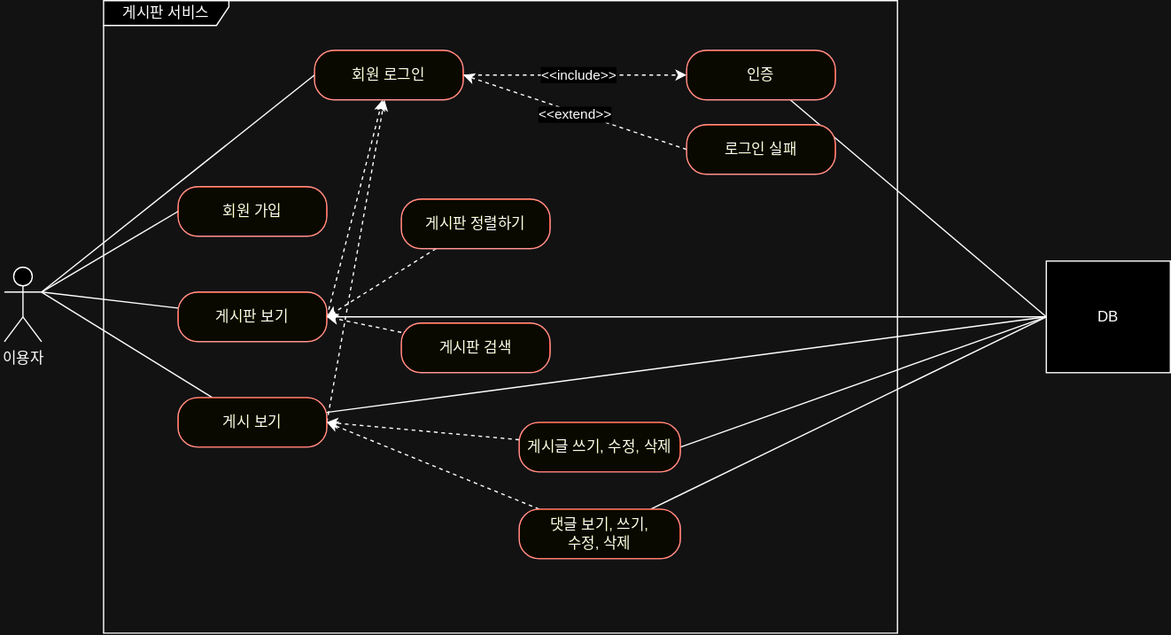
Earlier version of the draw.io export document/usecase.drawio.svg (seongjin-an/project-board). Source tidied: cells renumbered, new cells last; positions are measured from the earlier drawing's top-left corner, leaving out a move shared by most shapes.
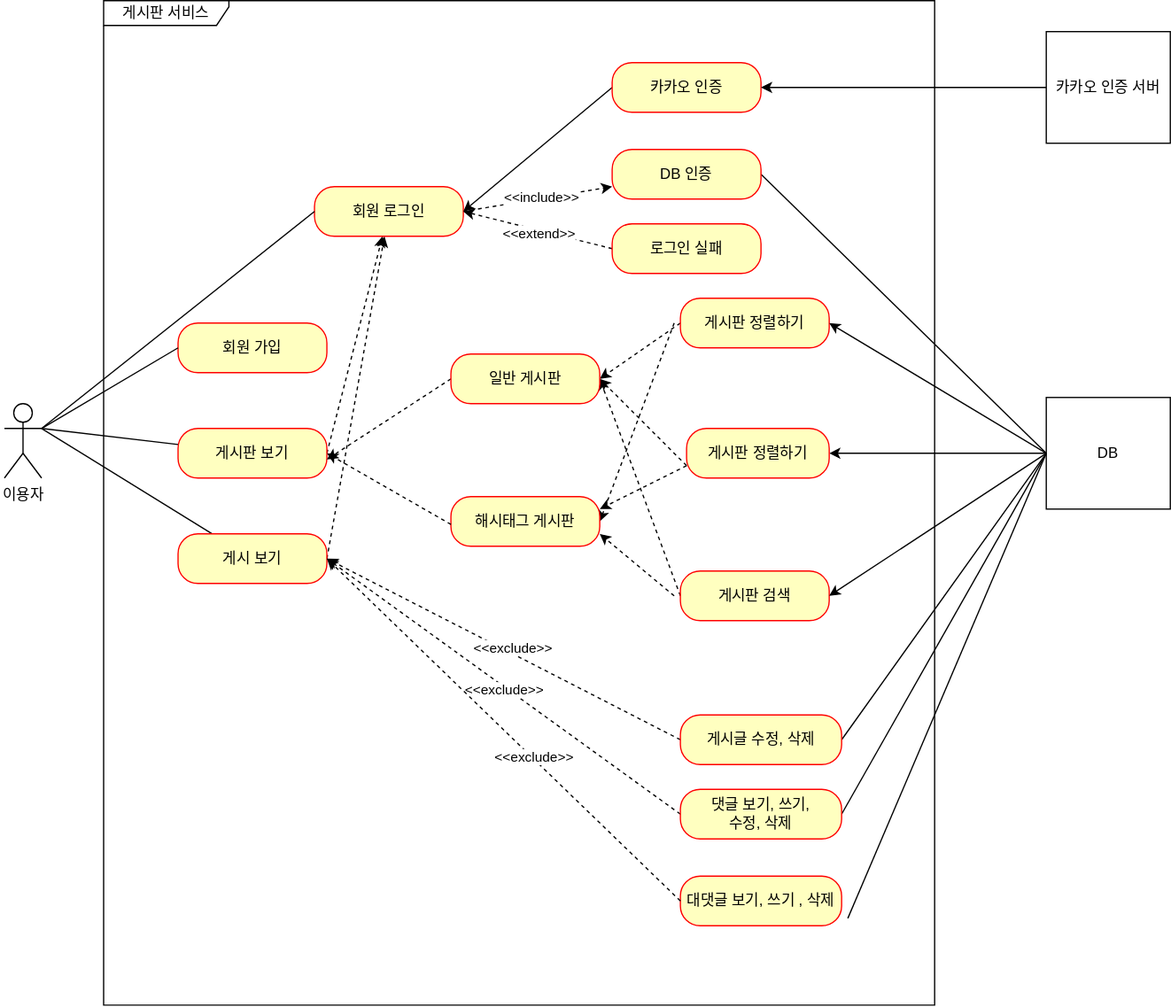
After the change.

Diff of the diagram source:
```diff
@@ -6,7 +6,7 @@
       <mxGeometry y="215" width="30" height="60" as="geometry" />
     </mxCell>
     <mxCell id="3" value="게시판 서비스" style="shape=umlFrame;whiteSpace=wrap;html=1;width=101;height=20;" parent="1" vertex="1">
-      <mxGeometry x="80" width="640" height="510" as="geometry" />
+      <mxGeometry x="80" y="-110" width="670" height="810" as="geometry" />
     </mxCell>
     <mxCell id="4" value="회원 가입" style="rounded=1;whiteSpace=wrap;html=1;arcSize=40;fontColor=#000000;fillColor=#ffffc0;strokeColor=#ff0000;" parent="1" vertex="1">
       <mxGeometry x="140" y="150" width="120" height="40" as="geometry" />
@@ -14,9 +14,6 @@
     <mxCell id="5" style="rounded=0;jettySize=auto;html=1;exitX=1;exitY=0.5;exitDx=0;exitDy=0;dashed=1;endArrow=classic;endFill=1;" parent="1" edge="1" source="7" target="14">
       <mxGeometry relative="1" as="geometry" />
     </mxCell>
-    <mxCell id="6" style="rounded=0;jettySize=auto;html=1;entryX=0;entryY=0.5;entryDx=0;entryDy=0;endArrow=none;endFill=0;" parent="1" edge="1" source="7" target="33">
-      <mxGeometry relative="1" as="geometry" />
-    </mxCell>
     <mxCell id="7" value="게시판 보기" style="rounded=1;whiteSpace=wrap;html=1;arcSize=40;fontColor=#000000;fillColor=#ffffc0;strokeColor=#ff0000;" parent="1" vertex="1">
       <mxGeometry x="140" y="235" width="120" height="40" as="geometry" />
     </mxCell>
@@ -26,9 +23,6 @@
     <mxCell id="9" style="rounded=0;jettySize=auto;html=1;exitX=1;exitY=0.5;exitDx=0;exitDy=0;endArrow=classic;endFill=1;dashed=1;" parent="1" edge="1" source="11" target="14">
       <mxGeometry relative="1" as="geometry" />
     </mxCell>
-    <mxCell id="10" style="rounded=0;jettySize=auto;html=1;entryX=0;entryY=0.5;entryDx=0;entryDy=0;endArrow=none;endFill=0;" parent="1" edge="1" source="11" target="33">
-      <mxGeometry relative="1" as="geometry" />
-    </mxCell>
     <mxCell id="11" value="게시 보기" style="rounded=1;whiteSpace=wrap;html=1;arcSize=40;fontColor=#000000;fillColor=#ffffc0;strokeColor=#ff0000;" parent="1" vertex="1">
       <mxGeometry x="140" y="320" width="120" height="40" as="geometry" />
     </mxCell>
@@ -41,11 +35,11 @@
     <mxCell id="14" value="회원 로그인" style="rounded=1;whiteSpace=wrap;html=1;arcSize=40;fontColor=#000000;fillColor=#ffffc0;strokeColor=#ff0000;" parent="1" vertex="1">
       <mxGeometry x="250" y="40" width="120" height="40" as="geometry" />
     </mxCell>
-    <mxCell id="15" style="rounded=0;jettySize=auto;html=1;entryX=0;entryY=0.5;entryDx=0;entryDy=0;endArrow=none;endFill=0;" parent="1" edge="1" source="16" target="33">
+    <mxCell id="15" style="rounded=0;jettySize=auto;html=1;entryX=0;entryY=0.5;entryDx=0;entryDy=0;endArrow=none;endFill=0;exitX=1;exitY=0.5;exitDx=0;exitDy=0;" parent="1" edge="1" source="16" target="33">
       <mxGeometry relative="1" as="geometry" />
     </mxCell>
-    <mxCell id="16" value="인증" style="rounded=1;whiteSpace=wrap;html=1;arcSize=40;fontColor=#000000;fillColor=#ffffc0;strokeColor=#ff0000;" parent="1" vertex="1">
-      <mxGeometry x="550" y="40" width="120" height="40" as="geometry" />
+    <mxCell id="16" value="DB 인증" style="rounded=1;whiteSpace=wrap;html=1;arcSize=40;fontColor=#000000;fillColor=#ffffc0;strokeColor=#ff0000;" parent="1" vertex="1">
+      <mxGeometry x="490" y="10" width="120" height="40" as="geometry" />
     </mxCell>
     <mxCell id="17" style="rounded=0;jettySize=auto;html=1;entryX=1;entryY=0.5;entryDx=0;entryDy=0;endArrow=classic;endFill=1;exitX=0;exitY=0.5;exitDx=0;exitDy=0;dashed=1;" parent="1" edge="1" source="19" target="14">
       <mxGeometry relative="1" as="geometry" />
@@ -54,37 +48,55 @@
       <mxGeometry y="2" relative="1" as="geometry" />
     </mxCell>
     <mxCell id="19" value="로그인 실패" style="rounded=1;whiteSpace=wrap;html=1;arcSize=40;fontColor=#000000;fillColor=#ffffc0;strokeColor=#ff0000;" parent="1" vertex="1">
-      <mxGeometry x="550" y="100" width="120" height="40" as="geometry" />
+      <mxGeometry x="490" y="70" width="120" height="40" as="geometry" />
     </mxCell>
-    <mxCell id="20" style="rounded=0;jettySize=auto;html=1;entryX=1;entryY=0.5;entryDx=0;entryDy=0;dashed=1;" parent="1" edge="1" source="21" target="7">
-      <mxGeometry relative="1" as="geometry" />
-    </mxCell>
+    <mxCell id="34" style="rounded=0;jettySize=auto;html=1;entryX=1;entryY=0.5;entryDx=0;entryDy=0;dashed=1;exitX=0;exitY=0.5;exitDx=0;exitDy=0;" parent="1" edge="1" source="21" target="51">
+      <mxGeometry relative="1" as="geometry" />
+    </mxCell>
+    <mxCell id="35" style="rounded=0;jettySize=auto;html=1;entryX=1;entryY=0.5;entryDx=0;entryDy=0;dashed=1;" parent="1" edge="1" target="52">
+      <mxGeometry relative="1" as="geometry">
+        <mxPoint x="540" y="150" as="sourcePoint" />
+      </mxGeometry>
+    </mxCell>
     <mxCell id="21" value="게시판 정렬하기" style="rounded=1;whiteSpace=wrap;html=1;arcSize=40;fontColor=#000000;fillColor=#ffffc0;strokeColor=#ff0000;" parent="1" vertex="1">
-      <mxGeometry x="320" y="160" width="120" height="40" as="geometry" />
+      <mxGeometry x="545" y="130" width="120" height="40" as="geometry" />
     </mxCell>
-    <mxCell id="22" style="rounded=0;jettySize=auto;html=1;entryX=1;entryY=0.5;entryDx=0;entryDy=0;dashed=1;" parent="1" edge="1" source="23" target="7">
-      <mxGeometry relative="1" as="geometry" />
-    </mxCell>
+    <mxCell id="36" style="rounded=0;jettySize=auto;html=1;entryX=1;entryY=0.5;entryDx=0;entryDy=0;dashed=1;exitX=0;exitY=0.5;exitDx=0;exitDy=0;" parent="1" edge="1" source="23" target="51">
+      <mxGeometry relative="1" as="geometry" />
+    </mxCell>
+    <mxCell id="37" style="rounded=0;jettySize=auto;html=1;entryX=1;entryY=0.75;entryDx=0;entryDy=0;dashed=1;" parent="1" edge="1" target="52">
+      <mxGeometry relative="1" as="geometry">
+        <mxPoint x="540" y="370" as="sourcePoint" />
+      </mxGeometry>
+    </mxCell>
     <mxCell id="23" value="게시판 검색" style="rounded=1;whiteSpace=wrap;html=1;arcSize=40;fontColor=#000000;fillColor=#ffffc0;strokeColor=#ff0000;" parent="1" vertex="1">
-      <mxGeometry x="320" y="260" width="120" height="40" as="geometry" />
+      <mxGeometry x="545" y="350" width="120" height="40" as="geometry" />
     </mxCell>
-    <mxCell id="24" style="rounded=0;jettySize=auto;html=1;entryX=1;entryY=0.5;entryDx=0;entryDy=0;dashed=1;" parent="1" edge="1" source="26" target="11">
+    <mxCell id="24" style="rounded=0;jettySize=auto;html=1;entryX=1;entryY=0.5;entryDx=0;entryDy=0;dashed=1;exitX=0;exitY=0.5;exitDx=0;exitDy=0;" parent="1" edge="1" source="26" target="11">
       <mxGeometry relative="1" as="geometry" />
     </mxCell>
+    <mxCell id="38" value="&amp;lt;&amp;lt;exclude&amp;gt;&amp;gt;" style="edgeLabel;html=1;align=center;verticalAlign=middle;" parent="24" vertex="1">
+      <mxGeometry x="-0.04" y="-5" relative="1" as="geometry">
+        <mxPoint x="-1" as="offset" />
+      </mxGeometry>
+    </mxCell>
     <mxCell id="25" style="rounded=0;jettySize=auto;html=1;entryX=0;entryY=0.5;entryDx=0;entryDy=0;endArrow=none;endFill=0;exitX=1;exitY=0.5;exitDx=0;exitDy=0;" parent="1" edge="1" source="26" target="33">
       <mxGeometry relative="1" as="geometry" />
     </mxCell>
-    <mxCell id="26" value="게시글 쓰기, 수정, 삭제" style="rounded=1;whiteSpace=wrap;html=1;arcSize=40;fontColor=#000000;fillColor=#ffffc0;strokeColor=#ff0000;" parent="1" vertex="1">
-      <mxGeometry x="415" y="340" width="130" height="40" as="geometry" />
+    <mxCell id="26" value="게시글&amp;nbsp;수정, 삭제" style="rounded=1;whiteSpace=wrap;html=1;arcSize=40;fontColor=#000000;fillColor=#ffffc0;strokeColor=#ff0000;" parent="1" vertex="1">
+      <mxGeometry x="545" y="466" width="130" height="40" as="geometry" />
     </mxCell>
-    <mxCell id="27" style="rounded=0;jettySize=auto;html=1;entryX=1;entryY=0.5;entryDx=0;entryDy=0;dashed=1;" parent="1" edge="1" source="29" target="11">
+    <mxCell id="27" style="rounded=0;jettySize=auto;html=1;entryX=1;entryY=0.5;entryDx=0;entryDy=0;dashed=1;exitX=0;exitY=0.5;exitDx=0;exitDy=0;" parent="1" edge="1" source="29" target="11">
       <mxGeometry relative="1" as="geometry" />
     </mxCell>
+    <mxCell id="39" value="&amp;lt;&amp;lt;exclude&amp;gt;&amp;gt;" style="edgeLabel;html=1;align=center;verticalAlign=middle;" parent="27" vertex="1">
+      <mxGeometry x="-0.01" y="2" relative="1" as="geometry" />
+    </mxCell>
-    <mxCell id="28" style="rounded=0;jettySize=auto;html=1;entryX=0;entryY=0.5;entryDx=0;entryDy=0;endArrow=none;endFill=0;" parent="1" edge="1" source="29" target="33">
+    <mxCell id="28" style="rounded=0;jettySize=auto;html=1;entryX=0;entryY=0.5;entryDx=0;entryDy=0;endArrow=none;endFill=0;exitX=1;exitY=0.5;exitDx=0;exitDy=0;" parent="1" edge="1" source="29" target="33">
       <mxGeometry relative="1" as="geometry" />
     </mxCell>
     <mxCell id="29" value="댓글 보기, 쓰기, &lt;br&gt;수정, 삭제" style="rounded=1;whiteSpace=wrap;html=1;arcSize=40;fontColor=#000000;fillColor=#ffffc0;strokeColor=#ff0000;" parent="1" vertex="1">
-      <mxGeometry x="415" y="410" width="130" height="40" as="geometry" />
+      <mxGeometry x="545" y="526" width="130" height="40" as="geometry" />
     </mxCell>
     <mxCell id="30" style="rounded=0;jettySize=auto;html=1;entryX=1;entryY=0.3333333333333333;entryDx=0;entryDy=0;entryPerimeter=0;endArrow=none;endFill=0;exitX=0;exitY=0.5;exitDx=0;exitDy=0;" parent="1" edge="1" source="4" target="2">
       <mxGeometry relative="1" as="geometry" />
@@ -95,8 +107,71 @@
     <mxCell id="32" style="rounded=0;jettySize=auto;html=1;entryX=1;entryY=0.3333333333333333;entryDx=0;entryDy=0;entryPerimeter=0;endArrow=none;endFill=0;" parent="1" edge="1" source="7" target="2">
       <mxGeometry relative="1" as="geometry" />
     </mxCell>
+    <mxCell id="40" style="rounded=0;jettySize=auto;html=1;entryX=1;entryY=0.5;entryDx=0;entryDy=0;exitX=0;exitY=0.5;exitDx=0;exitDy=0;" parent="1" edge="1" source="33" target="21">
+      <mxGeometry relative="1" as="geometry" />
+    </mxCell>
+    <mxCell id="41" style="edgeStyle=orthogonalEdgeStyle;rounded=0;jettySize=auto;html=1;entryX=1;entryY=0.5;entryDx=0;entryDy=0;" parent="1" edge="1" source="33" target="49">
+      <mxGeometry relative="1" as="geometry" />
+    </mxCell>
+    <mxCell id="42" style="rounded=0;jettySize=auto;html=1;entryX=1;entryY=0.5;entryDx=0;entryDy=0;exitX=0;exitY=0.5;exitDx=0;exitDy=0;" parent="1" edge="1" source="33" target="23">
+      <mxGeometry relative="1" as="geometry" />
+    </mxCell>
     <mxCell id="33" value="DB" style="html=1;whiteSpace=wrap;" parent="1" vertex="1">
       <mxGeometry x="840" y="210" width="100" height="90" as="geometry" />
     </mxCell>
+    <mxCell id="43" value="대댓글 보기, 쓰기 , 삭제" style="rounded=1;whiteSpace=wrap;html=1;arcSize=40;fontColor=#000000;fillColor=#ffffc0;strokeColor=#ff0000;" parent="1" vertex="1">
+      <mxGeometry x="545" y="596" width="130" height="40" as="geometry" />
+    </mxCell>
+    <mxCell id="44" style="rounded=0;jettySize=auto;html=1;entryX=1;entryY=0.5;entryDx=0;entryDy=0;dashed=1;exitX=0;exitY=0.5;exitDx=0;exitDy=0;" parent="1" edge="1" source="43" target="11">
+      <mxGeometry relative="1" as="geometry" />
+    </mxCell>
+    <mxCell id="45" value="&amp;lt;&amp;lt;exclude&amp;gt;&amp;gt;" style="edgeLabel;html=1;align=center;verticalAlign=middle;" parent="44" vertex="1">
+      <mxGeometry x="-0.16" relative="1" as="geometry">
+        <mxPoint x="1" as="offset" />
+      </mxGeometry>
+    </mxCell>
+    <mxCell id="46" style="rounded=0;jettySize=auto;html=1;entryX=0;entryY=0.5;entryDx=0;entryDy=0;endArrow=none;endFill=0;" parent="1" edge="1" target="33">
+      <mxGeometry relative="1" as="geometry">
+        <mxPoint x="680" y="630" as="sourcePoint" />
+      </mxGeometry>
+    </mxCell>
+    <mxCell id="47" style="rounded=0;jettySize=auto;html=1;entryX=1;entryY=0.5;entryDx=0;entryDy=0;dashed=1;exitX=0;exitY=0.75;exitDx=0;exitDy=0;" parent="1" edge="1" source="49" target="51">
+      <mxGeometry relative="1" as="geometry" />
+    </mxCell>
+    <mxCell id="48" style="rounded=0;jettySize=auto;html=1;entryX=1;entryY=0.25;entryDx=0;entryDy=0;dashed=1;exitX=0;exitY=0.75;exitDx=0;exitDy=0;" parent="1" edge="1" source="49" target="52">
+      <mxGeometry relative="1" as="geometry" />
+    </mxCell>
+    <mxCell id="49" value="게시판 정렬하기" style="rounded=1;whiteSpace=wrap;html=1;arcSize=40;fontColor=#000000;fillColor=#ffffc0;strokeColor=#ff0000;" parent="1" vertex="1">
+      <mxGeometry x="550" y="235" width="115" height="40" as="geometry" />
+    </mxCell>
+    <mxCell id="50" style="rounded=0;jettySize=auto;html=1;exitX=0;exitY=0.5;exitDx=0;exitDy=0;dashed=1;" parent="1" edge="1" source="51">
+      <mxGeometry relative="1" as="geometry">
+        <mxPoint x="260" y="260" as="targetPoint" />
+      </mxGeometry>
+    </mxCell>
+    <mxCell id="51" value="일반 게시판" style="rounded=1;whiteSpace=wrap;html=1;arcSize=40;fontColor=#000000;fillColor=#ffffc0;strokeColor=#ff0000;" parent="1" vertex="1">
+      <mxGeometry x="360" y="175" width="120" height="40" as="geometry" />
+    </mxCell>
+    <mxCell id="52" value="해시태그 게시판" style="rounded=1;whiteSpace=wrap;html=1;arcSize=40;fontColor=#000000;fillColor=#ffffc0;strokeColor=#ff0000;" parent="1" vertex="1">
+      <mxGeometry x="360" y="290" width="120" height="40" as="geometry" />
+    </mxCell>
+    <mxCell id="53" style="endArrow=classic;html=1;rounded=0;dashed=1;" parent="1" edge="1">
+      <mxGeometry relative="1" as="geometry">
+        <mxPoint x="360" y="312.4" as="sourcePoint" />
+        <mxPoint x="260" y="255" as="targetPoint" />
+      </mxGeometry>
+    </mxCell>
+    <mxCell id="54" style="rounded=0;jettySize=auto;html=1;entryX=1;entryY=0.5;entryDx=0;entryDy=0;exitX=0;exitY=0.5;exitDx=0;exitDy=0;endArrow=classic;endFill=1;" parent="1" edge="1" source="55" target="14">
+      <mxGeometry relative="1" as="geometry" />
+    </mxCell>
+    <mxCell id="55" value="카카오 인증" style="rounded=1;whiteSpace=wrap;html=1;arcSize=40;fontColor=#000000;fillColor=#ffffc0;strokeColor=#ff0000;" parent="1" vertex="1">
+      <mxGeometry x="490" y="-60" width="120" height="40" as="geometry" />
+    </mxCell>
+    <mxCell id="56" style="rounded=0;jettySize=auto;html=1;entryX=1;entryY=0.5;entryDx=0;entryDy=0;" parent="1" edge="1" source="57" target="55">
+      <mxGeometry relative="1" as="geometry" />
+    </mxCell>
+    <mxCell id="57" value="카카오 인증 서버" style="html=1;whiteSpace=wrap;" parent="1" vertex="1">
+      <mxGeometry x="840" y="-85" width="100" height="90" as="geometry" />
+    </mxCell>
   </root>
 </mxGraphModel>
```
